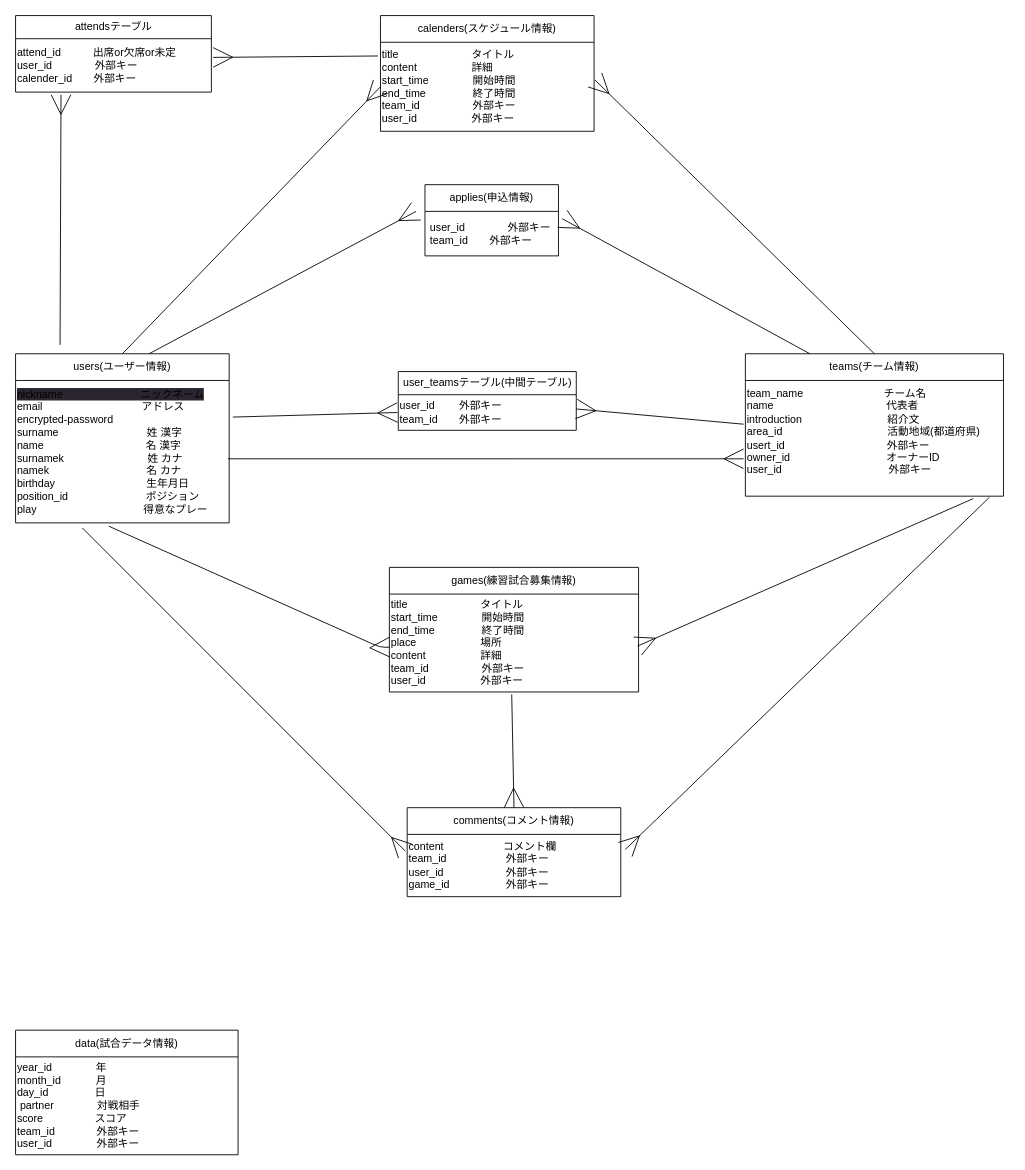
Before: test.dio in arakikeita/soccer-team, a draw.io diagram. Source tidied: cells renumbered, new cells numbered last; positions are measured from the earlier drawing's top-left corner, leaving out a move shared by most shapes. Both pictures are drawn from the tidied source at 89%, with x=0, y=0 at pixel (15, 15).
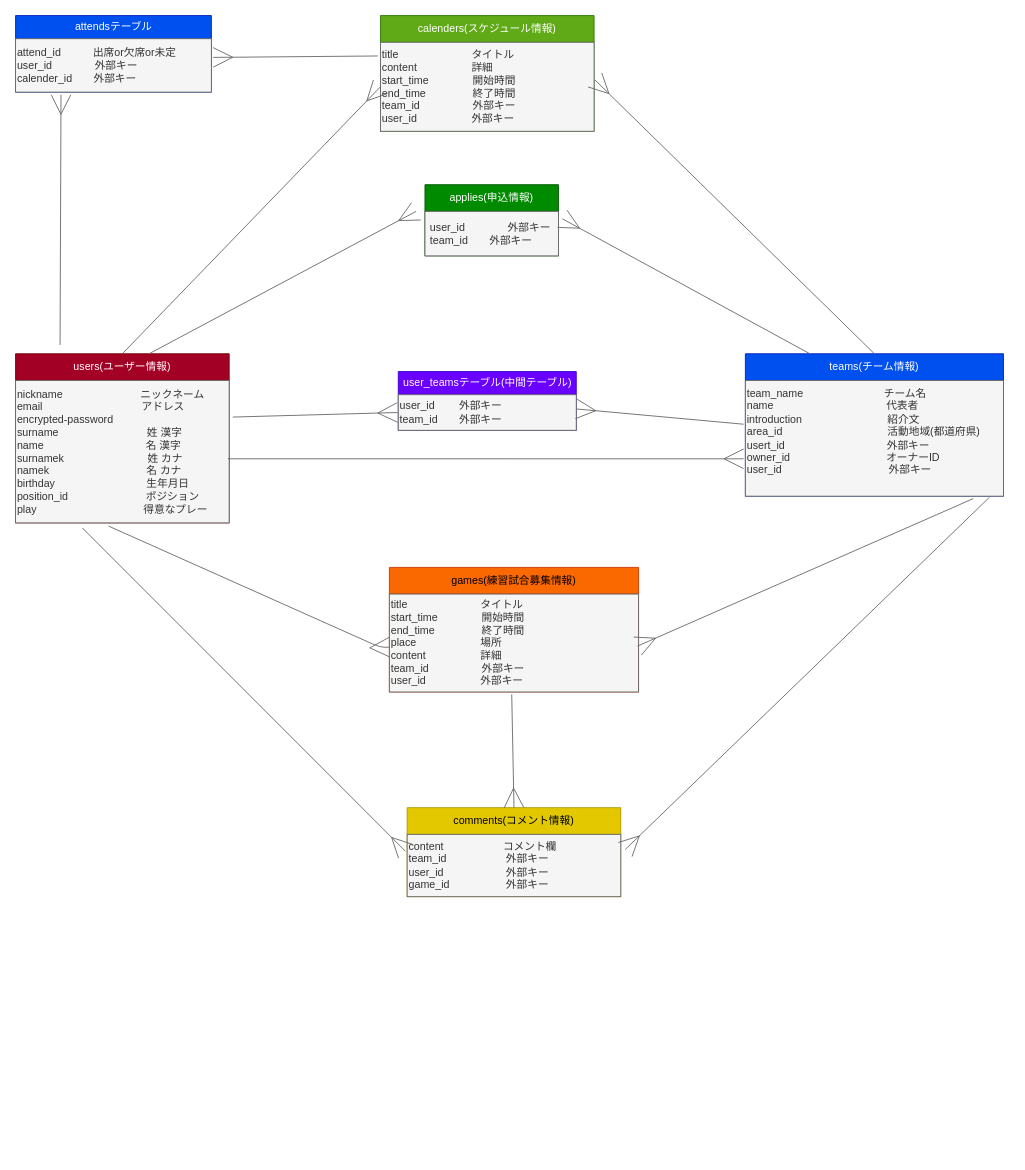
After the change.

Commit message (it also covers changes not shown here):
テーブル図

Change to the diagram source:
```diff
@@
-<mxGraphModel>
+<mxGraphModel background="#ffffff">
@@
-    <mxCell id="2" value="users(ユーザー情報)" style="swimlane;fontStyle=0;horizontal=1;startSize=30;whiteSpace=wrap;html=1;" parent="1" vertex="1">
+    <mxCell id="2" value="users(ユーザー情報)" style="swimlane;fontStyle=0;horizontal=1;startSize=30;whiteSpace=wrap;html=1;fillColor=#a20025;fontColor=#ffffff;strokeColor=#6F0000;labelBackgroundColor=none;labelBorderColor=none;" parent="1" vertex="1">
       <mxGeometry y="380" width="240" height="190" as="geometry" />
     </mxCell>
-    <mxCell id="3" value="&lt;div style=&quot;&quot;&gt;&lt;span style=&quot;background-color: rgb(42, 37, 47);&quot;&gt;nickname 　　　　　　　ニックネーム&lt;/span&gt;&lt;/div&gt;&lt;span style=&quot;background-color: rgb(42, 37, 47);&quot;&gt;&lt;div style=&quot;&quot;&gt;email 　　　　　　　　　アドレス&lt;/div&gt;&lt;/span&gt;&lt;span style=&quot;background-color: rgb(42, 37, 47);&quot;&gt;&lt;div style=&quot;&quot;&gt;encrypted-password&lt;/div&gt;&lt;/span&gt;&lt;span style=&quot;background-color: rgb(42, 37, 47);&quot;&gt;&lt;div style=&quot;&quot;&gt;surname 　　　　　　　　姓 漢字&lt;/div&gt;&lt;/span&gt;&lt;span style=&quot;background-color: rgb(42, 37, 47);&quot;&gt;&lt;div style=&quot;&quot;&gt;name&amp;nbsp; 　　　　　　　　　名 漢字&lt;/div&gt;&lt;/span&gt;&lt;span style=&quot;background-color: rgb(42, 37, 47);&quot;&gt;&lt;div style=&quot;&quot;&gt;surnamek 　　　　　　　&amp;nbsp; 姓 カナ&lt;/div&gt;&lt;/span&gt;&lt;span style=&quot;background-color: rgb(42, 37, 47);&quot;&gt;&lt;div style=&quot;&quot;&gt;namek 　　　　　　　　&amp;nbsp; &amp;nbsp;名 カナ&lt;/div&gt;&lt;/span&gt;&lt;span style=&quot;background-color: rgb(42, 37, 47);&quot;&gt;&lt;div style=&quot;&quot;&gt;birthday 　　　　　　　　 生年月日&lt;/div&gt;&lt;div style=&quot;&quot;&gt;position_id 　　　　　　　ポジション&lt;/div&gt;&lt;div style=&quot;&quot;&gt;play　　　　　　　　　　得意なプレー&lt;/div&gt;&lt;/span&gt;" style="text;html=1;align=left;verticalAlign=middle;points=[];strokeColor=none;fillColor=none;" parent="2" vertex="1">
+    <mxCell id="3" value="&lt;div style=&quot;&quot;&gt;nickname 　　　　　　　ニックネーム&lt;/div&gt;&lt;div style=&quot;&quot;&gt;email 　　　　　　　　　アドレス&lt;/div&gt;&lt;span style=&quot;&quot;&gt;&lt;div style=&quot;&quot;&gt;encrypted-password&lt;/div&gt;&lt;/span&gt;&lt;span style=&quot;&quot;&gt;&lt;div style=&quot;&quot;&gt;surname 　　　　　　　　姓 漢字&lt;/div&gt;&lt;/span&gt;&lt;span style=&quot;&quot;&gt;&lt;div style=&quot;&quot;&gt;name&amp;nbsp; 　　　　　　　　　名 漢字&lt;/div&gt;&lt;/span&gt;&lt;span style=&quot;&quot;&gt;&lt;div style=&quot;&quot;&gt;surnamek 　　　　　　　&amp;nbsp; 姓 カナ&lt;/div&gt;&lt;/span&gt;&lt;span style=&quot;&quot;&gt;&lt;div style=&quot;&quot;&gt;namek 　　　　　　　　&amp;nbsp; &amp;nbsp;名 カナ&lt;/div&gt;&lt;/span&gt;&lt;span style=&quot;&quot;&gt;&lt;div style=&quot;&quot;&gt;birthday 　　　　　　　　 生年月日&lt;/div&gt;&lt;div style=&quot;&quot;&gt;position_id 　　　　　　　ポジション&lt;/div&gt;&lt;div style=&quot;&quot;&gt;play　　　　　　　　　　得意なプレー&lt;/div&gt;&lt;/span&gt;" style="text;html=1;align=left;verticalAlign=middle;points=[];strokeColor=#666666;fillColor=#f5f5f5;fontColor=#333333;labelBackgroundColor=none;labelBorderColor=none;" parent="2" vertex="1">
       <mxGeometry y="30" width="240" height="160" as="geometry" />
     </mxCell>
-    <mxCell id="4" value="teams(チーム情報)" style="swimlane;fontStyle=0;horizontal=1;startSize=30;whiteSpace=wrap;html=1;" parent="1" vertex="1">
+    <mxCell id="4" value="teams(チーム情報)" style="swimlane;fontStyle=0;horizontal=1;startSize=30;whiteSpace=wrap;html=1;fillColor=#0050ef;fontColor=#ffffff;strokeColor=#001DBC;labelBackgroundColor=none;labelBorderColor=none;" parent="1" vertex="1">
       <mxGeometry x="820" y="380" width="290" height="160" as="geometry" />
     </mxCell>
-    <mxCell id="5" value="team_name&amp;nbsp; 　　　　　　　チーム名&lt;br&gt;name　　　　　　　　　　&amp;nbsp; 代表者&lt;br&gt;introduction　　　　　　　　紹介文&lt;br&gt;area_id&amp;nbsp; &amp;nbsp;　　　　　　　　　活動地域(都道府県)&lt;br&gt;usert_id 　　　　　　　　　 外部キー&lt;br&gt;owner_id　　　　　　　　　オーナーID&lt;br&gt;user_id　　　　　　　　　　外部キー&lt;br&gt;&amp;nbsp;" style="text;html=1;align=left;verticalAlign=middle;points=[];strokeColor=none;fillColor=none;" parent="4" vertex="1">
+    <mxCell id="5" value="team_name&amp;nbsp; 　　　　　　　チーム名&lt;br&gt;name　　　　　　　　　　&amp;nbsp; 代表者&lt;br&gt;introduction　　　　　　　　紹介文&lt;br&gt;area_id&amp;nbsp; &amp;nbsp;　　　　　　　　　活動地域(都道府県)&lt;br&gt;usert_id 　　　　　　　　　 外部キー&lt;br&gt;owner_id　　　　　　　　　オーナーID&lt;br&gt;user_id　　　　　　　　　　外部キー&lt;br&gt;&amp;nbsp;" style="text;html=1;align=left;verticalAlign=middle;points=[];strokeColor=#666666;fillColor=#f5f5f5;fontColor=#333333;labelBackgroundColor=none;labelBorderColor=none;" parent="4" vertex="1">
       <mxGeometry y="30" width="290" height="130" as="geometry" />
     </mxCell>
-    <mxCell id="6" value="calenders(スケジュール情報)" style="swimlane;fontStyle=0;horizontal=1;startSize=30;whiteSpace=wrap;html=1;" parent="1" vertex="1">
+    <mxCell id="6" value="calenders(スケジュール情報)" style="swimlane;fontStyle=0;horizontal=1;startSize=30;whiteSpace=wrap;html=1;fillColor=#60a917;fontColor=#ffffff;strokeColor=#2D7600;labelBackgroundColor=none;labelBorderColor=none;" parent="1" vertex="1">
       <mxGeometry x="410" width="240" height="130" as="geometry" />
     </mxCell>
-    <mxCell id="7" value="title 　　　&amp;nbsp; 　　　タイトル&lt;br&gt;content　　&amp;nbsp; 　　&amp;nbsp; 詳細&lt;br&gt;start_time　　　&amp;nbsp; &amp;nbsp; 開始時間&lt;br&gt;end_time 　　　&amp;nbsp; &amp;nbsp; 終了時間&lt;br&gt;team_id&amp;nbsp; 　　&amp;nbsp; &amp;nbsp; &amp;nbsp;　外部キー&lt;br&gt;user_id&amp;nbsp; 　　　&amp;nbsp; 　外部キー" style="text;html=1;align=left;verticalAlign=middle;points=[];strokeColor=none;fillColor=none;" parent="6" vertex="1">
+    <mxCell id="7" value="title 　　　&amp;nbsp; 　　　タイトル&lt;br&gt;content　　&amp;nbsp; 　　&amp;nbsp; 詳細&lt;br&gt;start_time　　　&amp;nbsp; &amp;nbsp; 開始時間&lt;br&gt;end_time 　　　&amp;nbsp; &amp;nbsp; 終了時間&lt;br&gt;team_id&amp;nbsp; 　　&amp;nbsp; &amp;nbsp; &amp;nbsp;　外部キー&lt;br&gt;user_id&amp;nbsp; 　　　&amp;nbsp; 　外部キー" style="text;html=1;align=left;verticalAlign=middle;points=[];strokeColor=#666666;fillColor=#f5f5f5;fontColor=#333333;labelBackgroundColor=none;labelBorderColor=none;" parent="6" vertex="1">
       <mxGeometry y="30" width="240" height="100" as="geometry" />
     </mxCell>
-    <mxCell id="8" value="data(試合データ情報)" style="swimlane;fontStyle=0;horizontal=1;startSize=30;whiteSpace=wrap;html=1;" parent="1" vertex="1">
-      <mxGeometry y="1140" width="250" height="140" as="geometry" />
-    </mxCell>
-    <mxCell id="9" value="year_id 　　　&amp;nbsp; &amp;nbsp;年&lt;br&gt;month_id　　　 月&lt;br&gt;day_id　&amp;nbsp; &amp;nbsp; &amp;nbsp; &amp;nbsp; &amp;nbsp; &amp;nbsp; 日&lt;br&gt;&amp;nbsp;partner　&amp;nbsp; &amp;nbsp; &amp;nbsp; &amp;nbsp; &amp;nbsp; &amp;nbsp;対戦相手&lt;br&gt;&lt;div style=&quot;&quot;&gt;&lt;span style=&quot;background-color: initial;&quot;&gt;score&lt;/span&gt;&lt;span style=&quot;background-color: initial;&quot;&gt;&amp;nbsp;　　　　&amp;nbsp; スコア&lt;/span&gt;&lt;/div&gt;&lt;div style=&quot;&quot;&gt;team_id&amp;nbsp; &amp;nbsp; &amp;nbsp; &amp;nbsp; &amp;nbsp; &amp;nbsp; &amp;nbsp; 外部キー&lt;span style=&quot;background-color: initial;&quot;&gt;&lt;br&gt;&lt;/span&gt;&lt;/div&gt;&lt;div style=&quot;&quot;&gt;user_id&amp;nbsp; &amp;nbsp; &amp;nbsp; &amp;nbsp; &amp;nbsp; &amp;nbsp; &amp;nbsp; &amp;nbsp;外部キー&lt;/div&gt;" style="text;html=1;align=left;verticalAlign=middle;strokeColor=none;fillColor=none;" parent="8" vertex="1">
-      <mxGeometry y="30" width="250" height="110" as="geometry" />
-    </mxCell>
-    <mxCell id="10" value="games(練習試合募集情報)" style="swimlane;fontStyle=0;horizontal=1;startSize=30;whiteSpace=wrap;html=1;" parent="1" vertex="1">
+    <mxCell id="10" value="games(練習試合募集情報)" style="swimlane;fontStyle=0;horizontal=1;startSize=30;whiteSpace=wrap;html=1;fillColor=#fa6800;fontColor=#000000;strokeColor=#C73500;labelBackgroundColor=none;labelBorderColor=none;" parent="1" vertex="1">
       <mxGeometry x="420" y="620" width="280" height="140" as="geometry" />
     </mxCell>
-    <mxCell id="11" value="title 　　　&amp;nbsp; 　　　タイトル&lt;br&gt;start_time　　　&amp;nbsp; &amp;nbsp; 開始時間&lt;br&gt;end_time 　　　&amp;nbsp; &amp;nbsp; 終了時間&lt;br&gt;place　　　　　　場所&lt;br&gt;content　　&amp;nbsp; 　　&amp;nbsp; 詳細&lt;br&gt;team_id&amp;nbsp; 　　&amp;nbsp; &amp;nbsp; &amp;nbsp;　外部キー&lt;br&gt;user_id&amp;nbsp; 　　　&amp;nbsp; 　外部キー" style="text;html=1;align=left;verticalAlign=middle;points=[];strokeColor=none;fillColor=none;" parent="10" vertex="1">
+    <mxCell id="11" value="title 　　　&amp;nbsp; 　　　タイトル&lt;br&gt;start_time　　　&amp;nbsp; &amp;nbsp; 開始時間&lt;br&gt;end_time 　　　&amp;nbsp; &amp;nbsp; 終了時間&lt;br&gt;place　　　　　　場所&lt;br&gt;content　　&amp;nbsp; 　　&amp;nbsp; 詳細&lt;br&gt;team_id&amp;nbsp; 　　&amp;nbsp; &amp;nbsp; &amp;nbsp;　外部キー&lt;br&gt;user_id&amp;nbsp; 　　　&amp;nbsp; 　外部キー" style="text;html=1;align=left;verticalAlign=middle;points=[];strokeColor=#666666;fillColor=#f5f5f5;fontColor=#333333;labelBackgroundColor=none;labelBorderColor=none;" parent="10" vertex="1">
       <mxGeometry y="30" width="280" height="110" as="geometry" />
     </mxCell>
-    <mxCell id="12" value="comments(コメント情報)" style="swimlane;fontStyle=0;horizontal=1;startSize=30;whiteSpace=wrap;html=1;" parent="1" vertex="1">
+    <mxCell id="12" value="comments(コメント情報)" style="swimlane;fontStyle=0;horizontal=1;startSize=30;whiteSpace=wrap;html=1;fillColor=#e3c800;fontColor=#000000;strokeColor=#B09500;labelBackgroundColor=none;labelBorderColor=none;" parent="1" vertex="1">
       <mxGeometry x="440" y="890" width="240" height="100" as="geometry" />
     </mxCell>
-    <mxCell id="13" value="content&amp;nbsp; 　　　　　コメント欄&lt;br&gt;team_id&amp;nbsp; 　　　　　外部キー&lt;br&gt;user_id 　　　　　&amp;nbsp; 外部キー&lt;br&gt;game_id 　　　　　外部キー" style="text;html=1;align=left;verticalAlign=middle;points=[];strokeColor=none;fillColor=none;" parent="12" vertex="1">
+    <mxCell id="13" value="content&amp;nbsp; 　　　　　コメント欄&lt;br&gt;team_id&amp;nbsp; 　　　　　外部キー&lt;br&gt;user_id 　　　　　&amp;nbsp; 外部キー&lt;br&gt;game_id 　　　　　外部キー" style="text;html=1;align=left;verticalAlign=middle;points=[];strokeColor=#666666;fillColor=#f5f5f5;fontColor=#333333;labelBackgroundColor=none;labelBorderColor=none;" parent="12" vertex="1">
       <mxGeometry y="30" width="240" height="70" as="geometry" />
     </mxCell>
-    <mxCell id="14" value="user_teamsテーブル(中間テーブル)" style="swimlane;fontStyle=0;horizontal=1;startSize=26;fillColor=none;html=1;" parent="1" vertex="1">
+    <mxCell id="14" value="user_teamsテーブル(中間テーブル)" style="swimlane;fontStyle=0;horizontal=1;startSize=26;fillColor=#6a00ff;html=1;fontColor=#ffffff;strokeColor=#3700CC;labelBackgroundColor=none;labelBorderColor=none;" parent="1" vertex="1">
       <mxGeometry x="430" y="400" width="200" height="66" as="geometry" />
     </mxCell>
-    <mxCell id="15" value="user_id　　 外部キー&lt;br&gt;team_id　　外部キー" style="text;html=1;align=left;verticalAlign=middle;points=[];strokeColor=none;fillColor=none;" parent="14" vertex="1">
+    <mxCell id="15" value="user_id　　 外部キー&lt;br&gt;team_id　　外部キー" style="text;html=1;align=left;verticalAlign=middle;points=[];strokeColor=#666666;fillColor=#f5f5f5;fontColor=#333333;labelBackgroundColor=none;labelBorderColor=none;" parent="14" vertex="1">
       <mxGeometry y="26" width="200" height="40" as="geometry" />
     </mxCell>
-    <mxCell id="16" style="endArrow=ERmany;html=1;exitX=0.5;exitY=0;exitDx=0;exitDy=0;endSize=20;endFill=0;" parent="1" edge="1" source="2">
+    <mxCell id="16" style="endArrow=ERmany;html=1;exitX=0.5;exitY=0;exitDx=0;exitDy=0;endSize=20;endFill=0;fillColor=#f5f5f5;strokeColor=#666666;labelBackgroundColor=none;labelBorderColor=none;" parent="1" edge="1" source="2">
       <mxGeometry relative="1" as="geometry">
         <mxPoint x="410" y="80" as="targetPoint" />
       </mxGeometry>
     </mxCell>
-    <mxCell id="17" style="endArrow=ERmany;html=1;strokeWidth=1;endSize=20;entryX=1.004;entryY=0.423;entryDx=0;entryDy=0;entryPerimeter=0;exitX=0.5;exitY=0;exitDx=0;exitDy=0;endFill=0;" parent="1" edge="1" source="4" target="7">
+    <mxCell id="17" style="endArrow=ERmany;html=1;strokeWidth=1;endSize=20;entryX=1.004;entryY=0.423;entryDx=0;entryDy=0;entryPerimeter=0;exitX=0.5;exitY=0;exitDx=0;exitDy=0;endFill=0;fillColor=#f5f5f5;strokeColor=#666666;labelBackgroundColor=none;labelBorderColor=none;" parent="1" edge="1" source="4" target="7">
       <mxGeometry relative="1" as="geometry" />
     </mxCell>
-    <mxCell id="18" style="endArrow=ERmany;html=1;strokeWidth=1;endSize=20;entryX=1;entryY=0.4;entryDx=0;entryDy=0;entryPerimeter=0;exitX=-0.007;exitY=0.378;exitDx=0;exitDy=0;exitPerimeter=0;endFill=0;" parent="1" edge="1" source="5" target="15">
+    <mxCell id="18" style="endArrow=ERmany;html=1;strokeWidth=1;endSize=20;entryX=1;entryY=0.4;entryDx=0;entryDy=0;entryPerimeter=0;exitX=-0.007;exitY=0.378;exitDx=0;exitDy=0;exitPerimeter=0;endFill=0;fillColor=#f5f5f5;strokeColor=#666666;labelBackgroundColor=none;labelBorderColor=none;" parent="1" edge="1" source="5" target="15">
       <mxGeometry relative="1" as="geometry" />
     </mxCell>
-    <mxCell id="19" style="endArrow=ERmany;html=1;strokeWidth=1;endSize=20;entryX=-0.005;entryY=0.5;entryDx=0;entryDy=0;entryPerimeter=0;exitX=1.017;exitY=0.257;exitDx=0;exitDy=0;exitPerimeter=0;endFill=0;" parent="1" edge="1" source="3" target="15">
+    <mxCell id="19" style="endArrow=ERmany;html=1;strokeWidth=1;endSize=20;entryX=-0.005;entryY=0.5;entryDx=0;entryDy=0;entryPerimeter=0;exitX=1.017;exitY=0.257;exitDx=0;exitDy=0;exitPerimeter=0;endFill=0;fillColor=#f5f5f5;strokeColor=#666666;labelBackgroundColor=none;labelBorderColor=none;" parent="1" edge="1" source="3" target="15">
       <mxGeometry relative="1" as="geometry" />
     </mxCell>
-    <mxCell id="20" style="edgeStyle=segmentEdgeStyle;endArrow=ERmany;html=1;curved=0;rounded=0;endSize=20;startSize=8;strokeWidth=1;entryX=-0.007;entryY=0.677;entryDx=0;entryDy=0;entryPerimeter=0;endFill=0;" parent="1" edge="1" target="5">
+    <mxCell id="20" style="edgeStyle=segmentEdgeStyle;endArrow=ERmany;html=1;curved=0;rounded=0;endSize=20;startSize=8;strokeWidth=1;entryX=-0.007;entryY=0.677;entryDx=0;entryDy=0;entryPerimeter=0;endFill=0;fillColor=#f5f5f5;strokeColor=#666666;labelBackgroundColor=none;labelBorderColor=none;" parent="1" edge="1" target="5">
       <mxGeometry relative="1" as="geometry">
         <mxPoint x="240" y="498" as="sourcePoint" />
         <Array as="points">
           <mxPoint x="239" y="498" />
         </Array>
       </mxGeometry>
     </mxCell>
-    <mxCell id="21" style="endArrow=ERmany;html=1;entryX=0.996;entryY=0.531;entryDx=0;entryDy=0;entryPerimeter=0;exitX=0.883;exitY=1.021;exitDx=0;exitDy=0;exitPerimeter=0;endFill=0;endSize=20;" parent="1" edge="1" source="5" target="11">
+    <mxCell id="21" style="endArrow=ERmany;html=1;entryX=0.996;entryY=0.531;entryDx=0;entryDy=0;entryPerimeter=0;exitX=0.883;exitY=1.021;exitDx=0;exitDy=0;exitPerimeter=0;endFill=0;endSize=20;fillColor=#f5f5f5;strokeColor=#666666;labelBackgroundColor=none;labelBorderColor=none;" parent="1" edge="1" source="5" target="11">
       <mxGeometry relative="1" as="geometry" />
     </mxCell>
-    <mxCell id="22" style="endArrow=ERmany;html=1;exitX=0.436;exitY=1.023;exitDx=0;exitDy=0;exitPerimeter=0;endFill=0;endSize=20;" parent="1" edge="1" source="3" target="11">
+    <mxCell id="22" style="endArrow=ERmany;html=1;exitX=0.436;exitY=1.023;exitDx=0;exitDy=0;exitPerimeter=0;endFill=0;endSize=20;fillColor=#f5f5f5;strokeColor=#666666;labelBackgroundColor=none;labelBorderColor=none;" parent="1" edge="1" source="3" target="11">
       <mxGeometry relative="1" as="geometry">
         <Array as="points">
           <mxPoint x="410" y="710" />
         </Array>
       </mxGeometry>
     </mxCell>
-    <mxCell id="23" style="endArrow=ERmany;html=1;entryX=0.5;entryY=0;entryDx=0;entryDy=0;exitX=0.491;exitY=1.025;exitDx=0;exitDy=0;exitPerimeter=0;endSize=20;endFill=0;" parent="1" edge="1" source="11" target="12">
+    <mxCell id="23" style="endArrow=ERmany;html=1;entryX=0.5;entryY=0;entryDx=0;entryDy=0;exitX=0.491;exitY=1.025;exitDx=0;exitDy=0;exitPerimeter=0;endSize=20;endFill=0;fillColor=#f5f5f5;strokeColor=#666666;labelBackgroundColor=none;labelBorderColor=none;" parent="1" edge="1" source="11" target="12">
       <mxGeometry relative="1" as="geometry" />
     </mxCell>
-    <mxCell id="24" value="attendsテーブル" style="swimlane;fontStyle=0;horizontal=1;startSize=26;fillColor=none;html=1;" parent="1" vertex="1">
+    <mxCell id="24" value="attendsテーブル" style="swimlane;fontStyle=0;horizontal=1;startSize=26;fillColor=#0050ef;html=1;strokeColor=#001DBC;labelBackgroundColor=none;labelBorderColor=none;fontColor=#ffffff;" parent="1" vertex="1">
       <mxGeometry width="220" height="86" as="geometry" />
     </mxCell>
-    <mxCell id="25" value="attend_id　　　出席or欠席or未定&amp;nbsp;&lt;br&gt;user_id　　　　外部キー&lt;br&gt;calender_id　　外部キー" style="text;html=1;align=left;verticalAlign=middle;points=[];strokeColor=none;fillColor=none;" parent="24" vertex="1">
+    <mxCell id="25" value="attend_id　　　出席or欠席or未定&amp;nbsp;&lt;br&gt;user_id　　　　外部キー&lt;br&gt;calender_id　　外部キー" style="text;html=1;align=left;verticalAlign=middle;points=[];fillColor=#f5f5f5;strokeColor=#666666;fontColor=#333333;labelBackgroundColor=none;labelBorderColor=none;" parent="24" vertex="1">
       <mxGeometry y="26" width="220" height="60" as="geometry" />
     </mxCell>
-    <mxCell id="26" style="endArrow=ERmany;html=1;entryX=0.232;entryY=1.05;entryDx=0;entryDy=0;entryPerimeter=0;endFill=0;endSize=20;" parent="1" edge="1" target="25">
+    <mxCell id="26" style="endArrow=ERmany;html=1;entryX=0.232;entryY=1.05;entryDx=0;entryDy=0;entryPerimeter=0;endFill=0;endSize=20;fillColor=#f5f5f5;strokeColor=#666666;labelBackgroundColor=none;labelBorderColor=none;" parent="1" edge="1" target="25">
       <mxGeometry relative="1" as="geometry">
         <mxPoint x="50" y="370" as="sourcePoint" />
       </mxGeometry>
     </mxCell>
-    <mxCell id="27" style="endArrow=ERmany;html=1;endSize=20;exitX=-0.012;exitY=0.154;exitDx=0;exitDy=0;exitPerimeter=0;endFill=0;entryX=1.009;entryY=0.35;entryDx=0;entryDy=0;entryPerimeter=0;" parent="1" edge="1" source="7" target="25">
+    <mxCell id="27" style="endArrow=ERmany;html=1;endSize=20;exitX=-0.012;exitY=0.154;exitDx=0;exitDy=0;exitPerimeter=0;endFill=0;entryX=1.009;entryY=0.35;entryDx=0;entryDy=0;entryPerimeter=0;fillColor=#f5f5f5;strokeColor=#666666;labelBackgroundColor=none;labelBorderColor=none;" parent="1" edge="1" source="7" target="25">
       <mxGeometry relative="1" as="geometry" />
     </mxCell>
-    <mxCell id="28" style="endArrow=ERmany;html=1;exitX=0.313;exitY=1.036;exitDx=0;exitDy=0;exitPerimeter=0;endSize=20;endFill=0;entryX=-0.008;entryY=0.271;entryDx=0;entryDy=0;entryPerimeter=0;" parent="1" edge="1" source="3" target="13">
+    <mxCell id="28" style="endArrow=ERmany;html=1;exitX=0.313;exitY=1.036;exitDx=0;exitDy=0;exitPerimeter=0;endSize=20;endFill=0;entryX=-0.008;entryY=0.271;entryDx=0;entryDy=0;entryPerimeter=0;fillColor=#f5f5f5;strokeColor=#666666;labelBackgroundColor=none;labelBorderColor=none;" parent="1" edge="1" source="3" target="13">
       <mxGeometry relative="1" as="geometry" />
     </mxCell>
-    <mxCell id="29" style="endArrow=ERmany;html=1;entryX=1.021;entryY=0.243;entryDx=0;entryDy=0;entryPerimeter=0;endFill=0;endSize=20;exitX=0.945;exitY=1.011;exitDx=0;exitDy=0;exitPerimeter=0;" parent="1" edge="1" source="5" target="13">
+    <mxCell id="29" style="endArrow=ERmany;html=1;entryX=1.021;entryY=0.243;entryDx=0;entryDy=0;entryPerimeter=0;endFill=0;endSize=20;exitX=0.945;exitY=1.011;exitDx=0;exitDy=0;exitPerimeter=0;fillColor=#f5f5f5;strokeColor=#666666;labelBackgroundColor=none;labelBorderColor=none;" parent="1" edge="1" source="5" target="13">
       <mxGeometry relative="1" as="geometry" />
     </mxCell>
-    <mxCell id="30" value="applies(申込情報)" style="swimlane;fontStyle=0;horizontal=1;startSize=30;whiteSpace=wrap;html=1;" parent="1" vertex="1">
+    <mxCell id="30" value="applies(申込情報)" style="swimlane;fontStyle=0;horizontal=1;startSize=30;whiteSpace=wrap;html=1;fillColor=#008a00;fontColor=#ffffff;strokeColor=#005700;labelBackgroundColor=none;labelBorderColor=none;" parent="1" vertex="1">
       <mxGeometry x="460" y="190" width="150" height="80" as="geometry" />
     </mxCell>
-    <mxCell id="31" value="user_id　　　　外部キー&lt;br&gt;team_id　　外部キー　" style="text;strokeColor=none;fillColor=none;align=left;verticalAlign=middle;spacingLeft=4;spacingRight=4;overflow=hidden;points=[[0,0.5],[1,0.5]];portConstraint=eastwest;whiteSpace=wrap;html=1;" parent="30" vertex="1">
+    <mxCell id="31" value="user_id　　　　外部キー&lt;br&gt;team_id　　外部キー　" style="text;strokeColor=#666666;fillColor=#f5f5f5;align=left;verticalAlign=middle;spacingLeft=4;spacingRight=4;overflow=hidden;points=[[0,0.5],[1,0.5]];portConstraint=eastwest;whiteSpace=wrap;html=1;fontColor=#333333;labelBackgroundColor=none;labelBorderColor=none;" parent="30" vertex="1">
       <mxGeometry y="30" width="150" height="50" as="geometry" />
     </mxCell>
-    <mxCell id="32" style="endArrow=ERmany;html=1;endSize=20;endFill=0;" parent="1" edge="1">
+    <mxCell id="32" style="endArrow=ERmany;html=1;endSize=20;endFill=0;fillColor=#f5f5f5;strokeColor=#666666;labelBackgroundColor=none;labelBorderColor=none;" parent="1" edge="1">
       <mxGeometry relative="1" as="geometry">
         <mxPoint x="150" y="380" as="sourcePoint" />
         <mxPoint x="450" y="220" as="targetPoint" />
       </mxGeometry>
     </mxCell>
-    <mxCell id="33" style="endArrow=ERmany;html=1;exitX=0.25;exitY=0;exitDx=0;exitDy=0;endSize=20;endFill=0;entryX=1.029;entryY=0.167;entryDx=0;entryDy=0;entryPerimeter=0;" parent="1" edge="1" source="4" target="31">
+    <mxCell id="33" style="endArrow=ERmany;html=1;exitX=0.25;exitY=0;exitDx=0;exitDy=0;endSize=20;endFill=0;entryX=1.029;entryY=0.167;entryDx=0;entryDy=0;entryPerimeter=0;fillColor=#f5f5f5;strokeColor=#666666;labelBackgroundColor=none;labelBorderColor=none;" parent="1" edge="1" source="4" target="31">
       <mxGeometry relative="1" as="geometry" />
     </mxCell>
```
